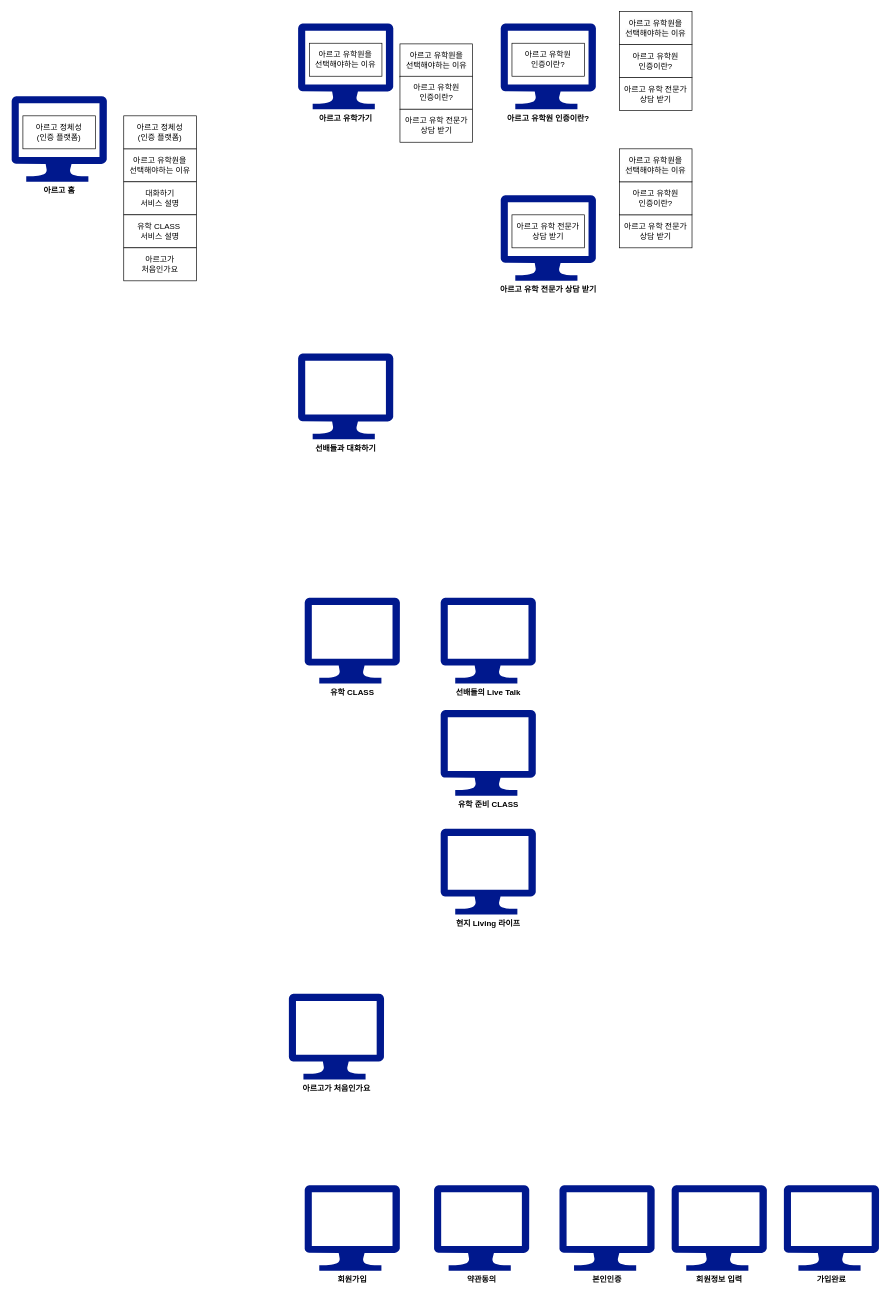
to9passion/testpassion keeps this draw.io diagram as page "단계2 아르고 유학가기" (3 of 5) of crossFunctionalFlow.drawio. Above is the earlier version. Source tidied: cells renumbered, new cells numbered last; positions are measured from the earlier drawing's top-left corner, leaving out a move shared by most shapes. Both pictures are drawn from the tidied source at 66%, with x=0, y=0 at pixel (11, 11).
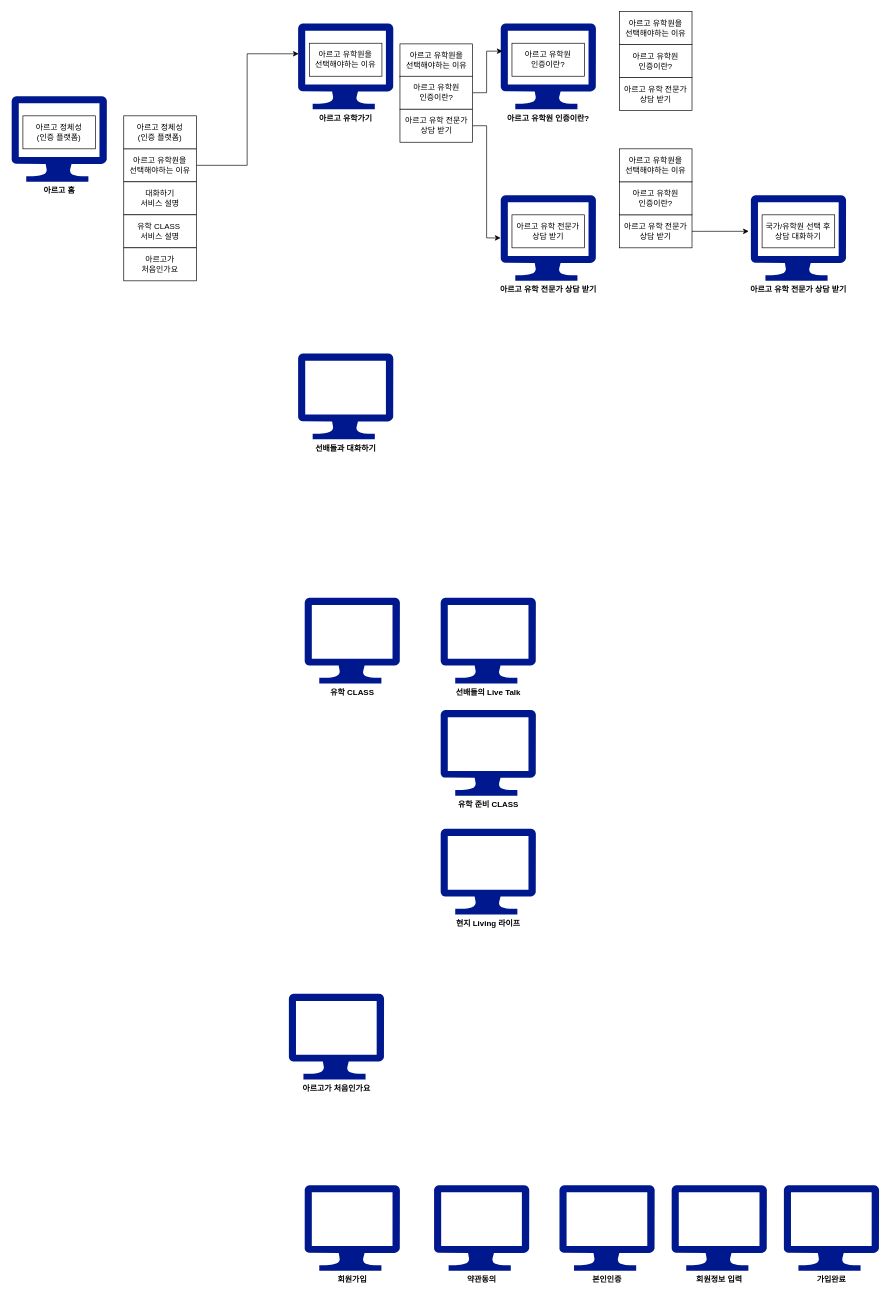
The same diagram, later.

Unchanged cells that the change refers to:
```xml
<mxCell id="3" value="아르고 유학가기" style="sketch=0;shadow=0;dashed=0;html=1;strokeColor=none;labelPosition=center;verticalLabelPosition=bottom;verticalAlign=top;align=center;fillColor=#00188D;shape=mxgraph.azure.computer;fontStyle=1;" parent="1" vertex="1">
  <mxGeometry x="434" y="18" width="144.4" height="130" as="geometry" />
</mxCell>
<mxCell id="7" value="아르고 유학원을&lt;br&gt;선택해야하는 이유" style="html=1;whiteSpace=wrap;" parent="1" vertex="1">
  <mxGeometry x="170" y="208" width="110" height="50" as="geometry" />
</mxCell>
<mxCell id="21" value="아르고 유학원 인증이란?" style="sketch=0;shadow=0;dashed=0;html=1;strokeColor=none;labelPosition=center;verticalLabelPosition=bottom;verticalAlign=top;align=center;fillColor=#00188D;shape=mxgraph.azure.computer;fontStyle=1;" parent="1" vertex="1">
  <mxGeometry x="741" y="18" width="144.4" height="130" as="geometry" />
</mxCell>
<mxCell id="22" value="아르고 유학 전문가 상담 받기" style="sketch=0;shadow=0;dashed=0;html=1;strokeColor=none;labelPosition=center;verticalLabelPosition=bottom;verticalAlign=top;align=center;fillColor=#00188D;shape=mxgraph.azure.computer;fontStyle=1;" parent="1" vertex="1">
  <mxGeometry x="741" y="278" width="144.4" height="130" as="geometry" />
</mxCell>
<mxCell id="25" value="아르고 유학 전문가&lt;br&gt;상담 받기" style="html=1;whiteSpace=wrap;" parent="1" vertex="1">
  <mxGeometry x="921" y="308" width="110" height="50" as="geometry" />
</mxCell>
<mxCell id="28" value="아르고 유학원&lt;br&gt;인증이란?" style="html=1;whiteSpace=wrap;" parent="1" vertex="1">
  <mxGeometry x="588.5" y="98" width="110" height="50" as="geometry" />
</mxCell>
<mxCell id="29" value="아르고 유학 전문가&lt;br&gt;상담 받기" style="html=1;whiteSpace=wrap;" parent="1" vertex="1">
  <mxGeometry x="588.5" y="148" width="110" height="50" as="geometry" />
</mxCell>
```

Change to the diagram source:
```diff
@@
+    <mxCell id="35" style="edgeStyle=orthogonalEdgeStyle;rounded=0;jettySize=auto;html=1;exitX=1;exitY=0.5;exitDx=0;exitDy=0;entryX=0.007;entryY=0.354;entryDx=0;entryDy=0;entryPerimeter=0;" parent="1" edge="1" source="7" target="3">
+      <mxGeometry relative="1" as="geometry" />
+    </mxCell>
@@
+    <mxCell id="36" style="edgeStyle=orthogonalEdgeStyle;rounded=0;jettySize=auto;html=1;exitX=1;exitY=0.5;exitDx=0;exitDy=0;entryX=-0.021;entryY=0.423;entryDx=0;entryDy=0;entryPerimeter=0;" parent="1" edge="1" source="25" target="39">
+      <mxGeometry relative="1" as="geometry" />
+    </mxCell>
@@
+    <mxCell id="37" style="edgeStyle=orthogonalEdgeStyle;rounded=0;jettySize=auto;html=1;exitX=1;exitY=0.5;exitDx=0;exitDy=0;entryX=0.021;entryY=0.323;entryDx=0;entryDy=0;entryPerimeter=0;" parent="1" edge="1" source="28" target="21">
+      <mxGeometry relative="1" as="geometry" />
+    </mxCell>
@@
+    <mxCell id="38" style="edgeStyle=orthogonalEdgeStyle;rounded=0;jettySize=auto;html=1;exitX=1;exitY=0.5;exitDx=0;exitDy=0;entryX=0;entryY=0.5;entryDx=0;entryDy=0;entryPerimeter=0;" parent="1" edge="1" source="29" target="22">
+      <mxGeometry relative="1" as="geometry" />
+    </mxCell>
@@
+    <mxCell id="39" value="아르고 유학 전문가 상담 받기" style="sketch=0;shadow=0;dashed=0;html=1;strokeColor=none;labelPosition=center;verticalLabelPosition=bottom;verticalAlign=top;align=center;fillColor=#00188D;shape=mxgraph.azure.computer;fontStyle=1;" parent="1" vertex="1">
+      <mxGeometry x="1120" y="278" width="144.4" height="130" as="geometry" />
+    </mxCell>
+    <mxCell id="40" value="국가/유학원 선택 후&lt;br&gt;상담 대화하기" style="html=1;whiteSpace=wrap;" parent="1" vertex="1">
+      <mxGeometry x="1137.2" y="308" width="110" height="50" as="geometry" />
+    </mxCell>
```
